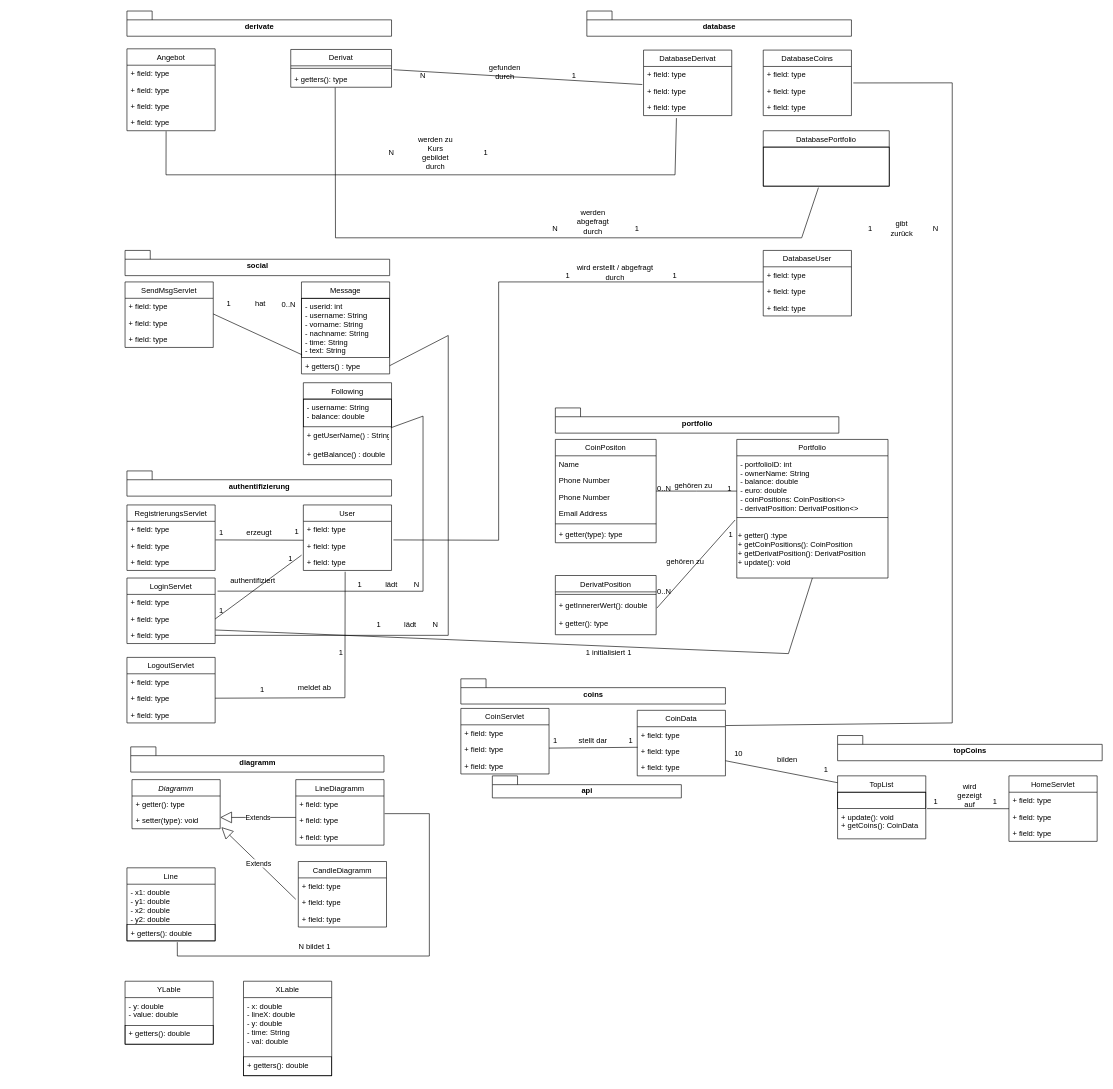
This is klassendiagram.drawio from LouisPetrik/Uebungsblatt02, a draw.io file, before an edit. Source tidied: cells renumbered, new cells numbered last; positions are measured from the earlier drawing's top-left corner, leaving out a move shared by most shapes. Both pictures are drawn from the tidied source at 63%, with x=0, y=0 at pixel (125, 11).
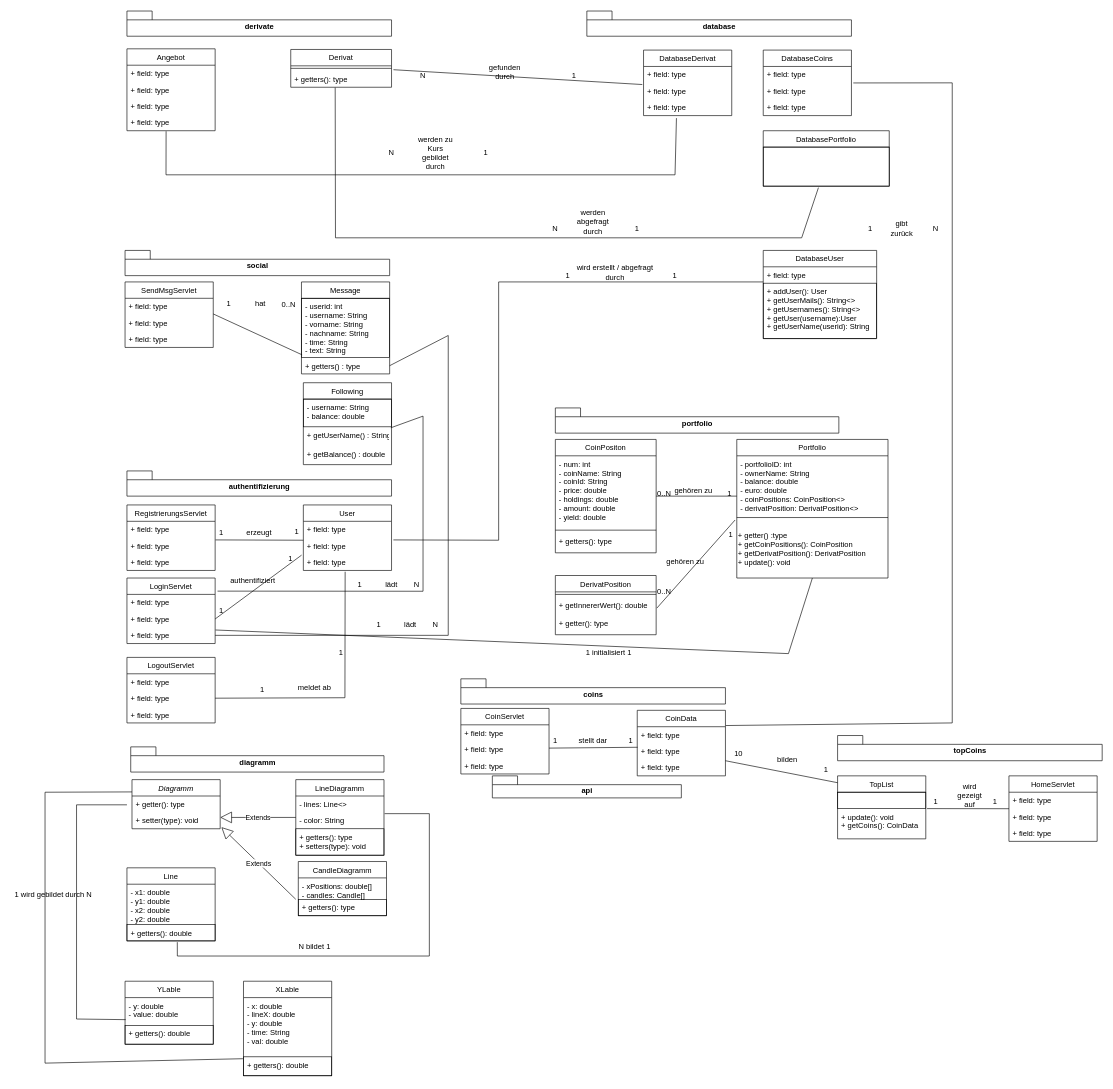
Above is the later version.

The change refers to these unchanged cells:
```xml
<mxCell id="24" value="Diagramm" style="swimlane;fontStyle=2;horizontal=1;startSize=26;fillColor=none;" parent="1" vertex="1">
  <mxGeometry x="11" y="1220" width="140" height="78" as="geometry" />
</mxCell>
<mxCell id="174" value="- y: double&#10;- value: double" style="text;strokeColor=none;fillColor=none;align=left;verticalAlign=top;spacingLeft=4;spacingRight=4;overflow=hidden;points=[[0,0.5],[1,0.5]];portConstraint=eastwest;" parent="173" vertex="1">
  <mxGeometry y="26" width="140" height="44" as="geometry" />
</mxCell>
<mxCell id="178" value="+ getters(): double" style="text;strokeColor=default;fillColor=none;align=left;verticalAlign=top;spacingLeft=4;spacingRight=4;overflow=hidden;points=[[0,0.5],[1,0.5]];portConstraint=eastwest;" parent="176" vertex="1">
  <mxGeometry y="120" width="140" height="30" as="geometry" />
</mxCell>
```

Diff of the diagram source:
```diff
@@
     <mxCell id="2" value="CoinPositon" style="swimlane;fontStyle=0;align=center;verticalAlign=top;horizontal=1;startSize=26;rounded=0;shadow=0;strokeWidth=1;" parent="1" vertex="1">
-      <mxGeometry x="683" y="680" width="160" height="164" as="geometry" />
+      <mxGeometry x="683" y="680" width="160" height="180" as="geometry" />
     </mxCell>
-    <mxCell id="3" value="Name" style="text;align=left;verticalAlign=top;spacingLeft=4;spacingRight=4;overflow=hidden;" parent="2" vertex="1">
-      <mxGeometry y="26" width="160" height="26" as="geometry" />
-    </mxCell>
-    <mxCell id="4" value="Phone Number" style="text;align=left;verticalAlign=top;spacingLeft=4;spacingRight=4;overflow=hidden;rounded=0;shadow=0;html=0;" parent="2" vertex="1">
-      <mxGeometry y="52" width="160" height="26" as="geometry" />
+    <mxCell id="4" value="- num: int&#10;- coinName: String&#10;- coinId: String&#10;- price: double&#10;- holdings: double&#10;- amount: double&#10;- yield: double&#10;" style="text;align=left;verticalAlign=top;spacingLeft=4;spacingRight=4;overflow=hidden;rounded=0;shadow=0;html=0;" parent="2" vertex="1">
+      <mxGeometry y="26" width="160" height="114" as="geometry" />
     </mxCell>
-    <mxCell id="5" value="Phone Number" style="text;align=left;verticalAlign=top;spacingLeft=4;spacingRight=4;overflow=hidden;rounded=0;shadow=0;html=0;" parent="2" vertex="1">
-      <mxGeometry y="78" width="160" height="26" as="geometry" />
-    </mxCell>
-    <mxCell id="6" value="Email Address" style="text;align=left;verticalAlign=top;spacingLeft=4;spacingRight=4;overflow=hidden;rounded=0;shadow=0;html=0;" parent="2" vertex="1">
-      <mxGeometry y="104" width="160" height="26" as="geometry" />
-    </mxCell>
     <mxCell id="7" style="line;html=1;strokeWidth=1;align=left;verticalAlign=middle;spacingTop=-1;spacingLeft=3;spacingRight=3;labelPosition=right;" parent="2" vertex="1">
-      <mxGeometry y="130" width="160" height="8" as="geometry" />
+      <mxGeometry y="140" width="160" height="8" as="geometry" />
     </mxCell>
-    <mxCell id="8" value="+ getter(type): type" style="text;align=left;verticalAlign=top;spacingLeft=4;spacingRight=4;overflow=hidden;" parent="2" vertex="1">
-      <mxGeometry y="138" width="160" height="26" as="geometry" />
+    <mxCell id="8" value="+ getters(): type" style="text;align=left;verticalAlign=top;spacingLeft=4;spacingRight=4;overflow=hidden;" parent="2" vertex="1">
+      <mxGeometry y="148" width="160" height="22" as="geometry" />
     </mxCell>
@@
     <mxCell id="28" value="LineDiagramm" style="swimlane;fontStyle=0;horizontal=1;startSize=26;fillColor=none;" parent="1" vertex="1">
-      <mxGeometry x="271" y="1220" width="140" height="104" as="geometry" />
+      <mxGeometry x="271" y="1220" width="140" height="120" as="geometry" />
     </mxCell>
-    <mxCell id="29" value="+ field: type" style="text;strokeColor=none;fillColor=none;align=left;verticalAlign=top;spacingLeft=4;spacingRight=4;overflow=hidden;" parent="28" vertex="1">
+    <mxCell id="29" value="- lines: Line&lt;&gt;" style="text;strokeColor=none;fillColor=none;align=left;verticalAlign=top;spacingLeft=4;spacingRight=4;overflow=hidden;" parent="28" vertex="1">
       <mxGeometry y="26" width="140" height="26" as="geometry" />
     </mxCell>
-    <mxCell id="30" value="+ field: type" style="text;strokeColor=none;fillColor=none;align=left;verticalAlign=top;spacingLeft=4;spacingRight=4;overflow=hidden;points=[[0,0.5],[1,0.5]];portConstraint=eastwest;" parent="28" vertex="1">
+    <mxCell id="30" value="- color: String" style="text;strokeColor=none;fillColor=none;align=left;verticalAlign=top;spacingLeft=4;spacingRight=4;overflow=hidden;points=[[0,0.5],[1,0.5]];portConstraint=eastwest;" parent="28" vertex="1">
       <mxGeometry y="52" width="140" height="26" as="geometry" />
     </mxCell>
-    <mxCell id="31" value="+ field: type" style="text;strokeColor=none;fillColor=none;align=left;verticalAlign=top;spacingLeft=4;spacingRight=4;overflow=hidden;" parent="28" vertex="1">
-      <mxGeometry y="78" width="140" height="26" as="geometry" />
+    <mxCell id="31" value="+ getters(): type&#10;+ setters(type): void" style="text;strokeColor=default;fillColor=none;align=left;verticalAlign=top;spacingLeft=4;spacingRight=4;overflow=hidden;" parent="28" vertex="1">
+      <mxGeometry y="78" width="140" height="42" as="geometry" />
     </mxCell>
     <mxCell id="32" value="CandleDiagramm" style="swimlane;fontStyle=0;horizontal=1;startSize=26;fillColor=none;" parent="1" vertex="1">
-      <mxGeometry x="275" y="1350" width="140" height="104" as="geometry" />
+      <mxGeometry x="275" y="1350" width="140" height="86" as="geometry" />
     </mxCell>
-    <mxCell id="33" value="+ field: type" style="text;strokeColor=none;fillColor=none;align=left;verticalAlign=top;spacingLeft=4;spacingRight=4;overflow=hidden;" parent="32" vertex="1">
-      <mxGeometry y="26" width="140" height="26" as="geometry" />
+    <mxCell id="33" value="- xPositions: double[]&#10;- candles: Candle[]" style="text;strokeColor=none;fillColor=none;align=left;verticalAlign=top;spacingLeft=4;spacingRight=4;overflow=hidden;" parent="32" vertex="1">
+      <mxGeometry y="26" width="140" height="34" as="geometry" />
     </mxCell>
-    <mxCell id="34" value="+ field: type" style="text;strokeColor=none;fillColor=none;align=left;verticalAlign=top;spacingLeft=4;spacingRight=4;overflow=hidden;" parent="32" vertex="1">
-      <mxGeometry y="52" width="140" height="26" as="geometry" />
+    <mxCell id="34" value="+ getters(): type" style="text;strokeColor=default;fillColor=none;align=left;verticalAlign=top;spacingLeft=4;spacingRight=4;overflow=hidden;" parent="32" vertex="1">
+      <mxGeometry y="60" width="140" height="26" as="geometry" />
     </mxCell>
-    <mxCell id="35" value="+ field: type" style="text;strokeColor=none;fillColor=none;align=left;verticalAlign=top;spacingLeft=4;spacingRight=4;overflow=hidden;" parent="32" vertex="1">
-      <mxGeometry y="78" width="140" height="26" as="geometry" />
-    </mxCell>
@@
     <mxCell id="159" value="DatabaseUser" style="swimlane;fontStyle=0;horizontal=1;startSize=26;fillColor=none;" parent="1" vertex="1">
-      <mxGeometry x="1013" y="380" width="140" height="104" as="geometry" />
+      <mxGeometry x="1013" y="380" width="180" height="140" as="geometry" />
     </mxCell>
     <mxCell id="160" value="+ field: type" style="text;strokeColor=none;fillColor=none;align=left;verticalAlign=top;spacingLeft=4;spacingRight=4;overflow=hidden;points=[[0,0.5],[1,0.5]];portConstraint=eastwest;" parent="159" vertex="1">
-      <mxGeometry y="26" width="140" height="26" as="geometry" />
+      <mxGeometry y="26" width="180" height="26" as="geometry" />
     </mxCell>
-    <mxCell id="161" value="+ field: type" style="text;strokeColor=none;fillColor=none;align=left;verticalAlign=top;spacingLeft=4;spacingRight=4;overflow=hidden;" parent="159" vertex="1">
-      <mxGeometry y="52" width="140" height="26" as="geometry" />
+    <mxCell id="161" value="+ addUser(): User&#10;+ getUserMails(): String&lt;&gt;&#10;+ getUsernames(): String&lt;&gt;&#10;+ getUser(username):User&#10;+ getUserName(userid): String " style="text;strokeColor=default;fillColor=none;align=left;verticalAlign=top;spacingLeft=4;spacingRight=4;overflow=hidden;" parent="159" vertex="1">
+      <mxGeometry y="52" width="180" height="88" as="geometry" />
     </mxCell>
-    <mxCell id="162" value="+ field: type" style="text;strokeColor=none;fillColor=none;align=left;verticalAlign=top;spacingLeft=4;spacingRight=4;overflow=hidden;" parent="159" vertex="1">
-      <mxGeometry y="78" width="140" height="26" as="geometry" />
-    </mxCell>
@@
+    <mxCell id="179" style="endArrow=none;html=1;rounded=0;strokeColor=default;exitX=0.007;exitY=0.795;exitDx=0;exitDy=0;exitPerimeter=0;" parent="1" edge="1" source="174">
+      <mxGeometry relative="1" as="geometry">
+        <mxPoint x="3" y="1260" as="targetPoint" />
+        <Array as="points">
+          <mxPoint x="-77" y="1600" />
+          <mxPoint x="-77" y="1260" />
+        </Array>
+      </mxGeometry>
+    </mxCell>
+    <mxCell id="180" style="endArrow=none;html=1;rounded=0;strokeColor=default;entryX=0;entryY=0.25;entryDx=0;entryDy=0;exitX=-0.007;exitY=0.1;exitDx=0;exitDy=0;exitPerimeter=0;" parent="1" edge="1" source="178" target="24">
+      <mxGeometry relative="1" as="geometry">
+        <Array as="points">
+          <mxPoint x="-127" y="1670" />
+          <mxPoint x="-127" y="1240" />
+        </Array>
+      </mxGeometry>
+    </mxCell>
+    <mxCell id="181" value="1 wird gebildet durch N" style="text;strokeColor=none;fillColor=none;align=left;verticalAlign=middle;spacingLeft=4;spacingRight=4;overflow=hidden;" parent="1" vertex="1">
+      <mxGeometry x="-181" y="1387" width="190" height="30" as="geometry" />
+    </mxCell>
```
